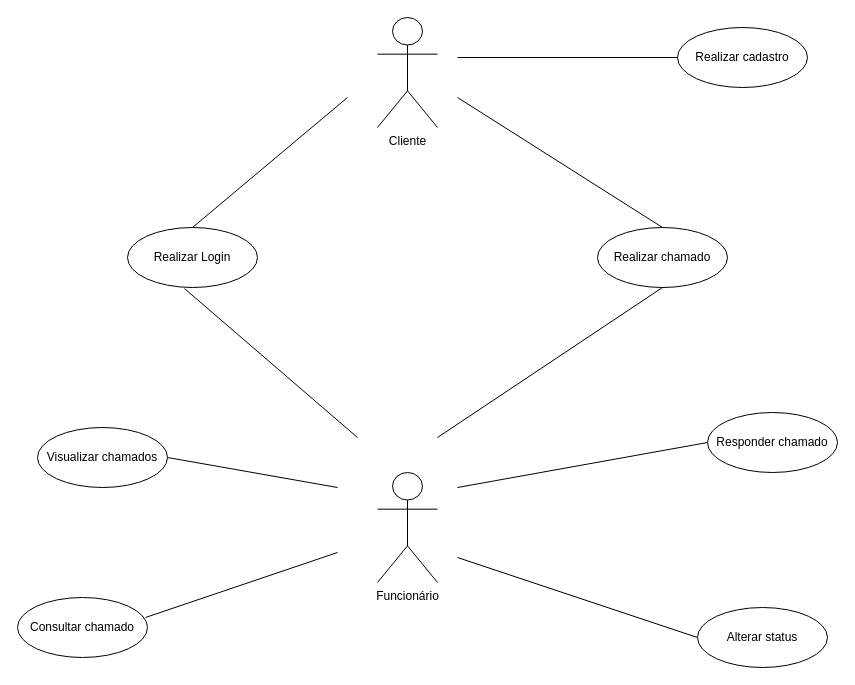
Before: docs/diagrama_de_casos_de_uso.drawio in danielbarbozadasilva/Api-CRM-Ticket-System, a draw.io diagram. Source tidied: cells renumbered, new cells numbered last; positions are measured from the earlier drawing's top-left corner, leaving out a move shared by most shapes. Both pictures are drawn from the tidied source at 100%, with x=0, y=0 at pixel (17, 17).
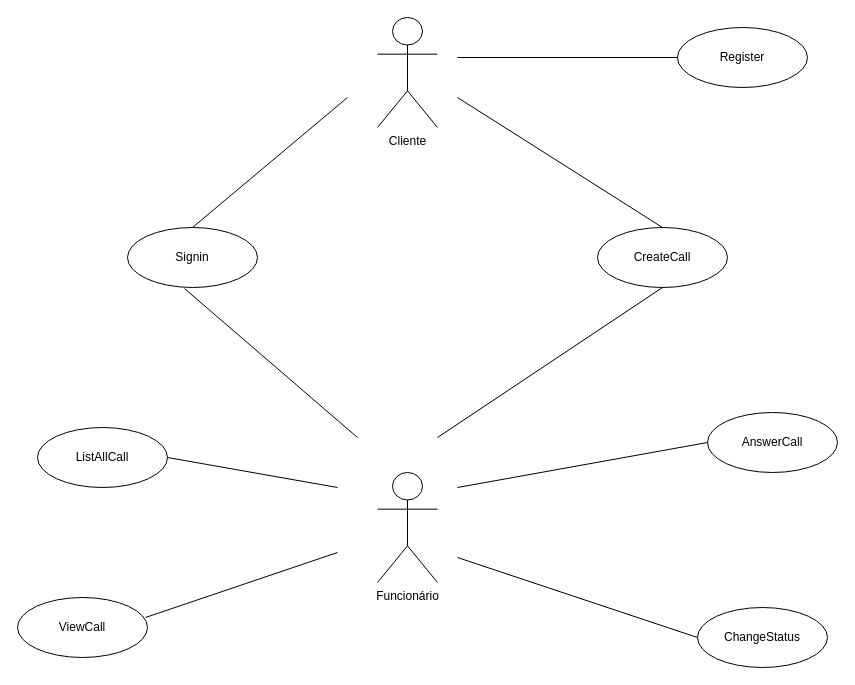
After the change.

Commit message (it also covers changes not shown here):
docs: update use case diagram

The edit, as a diff of the source:
```diff
@@
-    <mxCell id="5" value="Responder chamado" style="ellipse;whiteSpace=wrap;html=1;" parent="1" vertex="1">
+    <mxCell id="5" value="AnswerCall" style="ellipse;whiteSpace=wrap;html=1;" parent="1" vertex="1">
       <mxGeometry x="690" y="395" width="130" height="60" as="geometry" />
     </mxCell>
-    <mxCell id="6" value="Realizar chamado" style="ellipse;whiteSpace=wrap;html=1;" parent="1" vertex="1">
+    <mxCell id="6" value="CreateCall" style="ellipse;whiteSpace=wrap;html=1;" parent="1" vertex="1">
       <mxGeometry x="580" y="210" width="130" height="60" as="geometry" />
     </mxCell>
@@
-    <mxCell id="9" value="Alterar status" style="ellipse;whiteSpace=wrap;html=1;" parent="1" vertex="1">
+    <mxCell id="9" value="ChangeStatus" style="ellipse;whiteSpace=wrap;html=1;" parent="1" vertex="1">
       <mxGeometry x="680" y="590" width="130" height="60" as="geometry" />
     </mxCell>
-    <mxCell id="10" value="Visualizar chamados" style="ellipse;whiteSpace=wrap;html=1;" parent="1" vertex="1">
+    <mxCell id="10" value="ListAllCall" style="ellipse;whiteSpace=wrap;html=1;" parent="1" vertex="1">
       <mxGeometry x="20" y="410" width="130" height="60" as="geometry" />
     </mxCell>
-    <mxCell id="11" value="Consultar chamado" style="ellipse;whiteSpace=wrap;html=1;" parent="1" vertex="1">
+    <mxCell id="11" value="ViewCall" style="ellipse;whiteSpace=wrap;html=1;" parent="1" vertex="1">
       <mxGeometry y="580" width="130" height="60" as="geometry" />
     </mxCell>
@@
-    <mxCell id="15" value="Realizar Login" style="ellipse;whiteSpace=wrap;html=1;" parent="1" vertex="1">
+    <mxCell id="15" value="Signin" style="ellipse;whiteSpace=wrap;html=1;" parent="1" vertex="1">
       <mxGeometry x="110" y="210" width="130" height="60" as="geometry" />
     </mxCell>
@@
-    <mxCell id="18" value="Realizar cadastro" style="ellipse;whiteSpace=wrap;html=1;" parent="1" vertex="1">
+    <mxCell id="18" value="Register" style="ellipse;whiteSpace=wrap;html=1;" parent="1" vertex="1">
       <mxGeometry x="660" y="10" width="130" height="60" as="geometry" />
     </mxCell>
```
